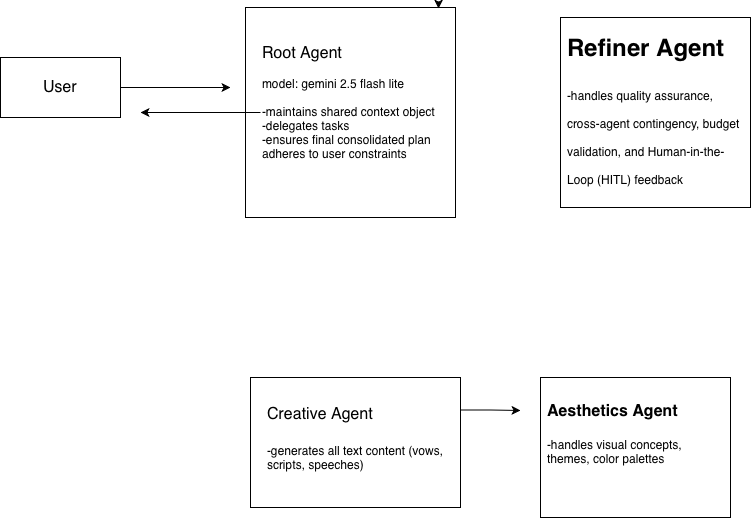
GaemiStudio/Agent-EverAfter-Engine keeps this draw.io diagram as wedding_agent/Wedding Agent.drawio.png. Above is the earlier version. Source tidied: cells renumbered, new cells last; positions are measured from the earlier drawing's top-left corner, leaving out a move shared by most shapes. Its diagram source:
```xml
<mxGraphModel>
  <root>
    <mxCell id="0" />
    <mxCell id="1" parent="0" />
    <mxCell id="2" style="whiteSpace=wrap;html=1;" parent="1" vertex="1">
      <mxGeometry x="245" width="210" height="210" as="geometry" />
    </mxCell>
    <mxCell id="3" style="edgeStyle=orthogonalEdgeStyle;rounded=0;jettySize=auto;html=1;" parent="1" edge="1" source="4">
      <mxGeometry relative="1" as="geometry">
        <mxPoint x="140" y="105" as="targetPoint" />
      </mxGeometry>
    </mxCell>
    <mxCell id="4" value="&lt;font style=&quot;font-size: 16px;&quot;&gt;Root Agent&lt;/font&gt;&lt;div&gt;&lt;br&gt;&lt;/div&gt;&lt;div&gt;model: gemini 2.5 flash lite&lt;/div&gt;&lt;div&gt;&lt;br&gt;&lt;/div&gt;&lt;div&gt;-maintains shared context object&lt;/div&gt;&lt;div&gt;-delegates tasks&lt;/div&gt;&lt;div&gt;-ensures final consolidated plan adheres to user constraints&lt;/div&gt;" style="text;html=1;whiteSpace=wrap;overflow=hidden;rounded=0;labelBackgroundColor=light-dark(default, #ffffff);" parent="1" vertex="1">
      <mxGeometry x="260" y="30" width="180" height="150" as="geometry" />
    </mxCell>
    <mxCell id="5" style="edgeStyle=orthogonalEdgeStyle;rounded=0;jettySize=auto;html=1;exitX=1;exitY=0.25;exitDx=0;exitDy=0;" parent="1" edge="1" source="6">
      <mxGeometry relative="1" as="geometry">
        <mxPoint x="520" y="403" as="targetPoint" />
      </mxGeometry>
    </mxCell>
    <mxCell id="6" style="rounded=0;whiteSpace=wrap;html=1;" parent="1" vertex="1">
      <mxGeometry x="250" y="370" width="210" height="130" as="geometry" />
    </mxCell>
    <mxCell id="7" value="&lt;h1 style=&quot;margin-top: 0px;&quot;&gt;&lt;font style=&quot;font-weight: 400; font-size: 16px;&quot;&gt;Creative Agent&lt;/font&gt;&lt;div style=&quot;font-size: 12px; font-weight: 400;&quot;&gt;&lt;font style=&quot;font-size: 16px;&quot;&gt;&lt;br&gt;&lt;/font&gt;&lt;/div&gt;&lt;div style=&quot;font-size: 12px; font-weight: 400;&quot;&gt;-generates all text content (vows, scripts, speeches)&lt;/div&gt;&lt;/h1&gt;" style="text;html=1;whiteSpace=wrap;overflow=hidden;rounded=0;" parent="1" vertex="1">
      <mxGeometry x="265" y="382.5" width="180" height="105" as="geometry" />
    </mxCell>
    <mxCell id="8" style="edgeStyle=orthogonalEdgeStyle;rounded=0;orthogonalLoop=1;jettySize=auto;html=1;exitX=0.5;exitY=1;exitDx=0;exitDy=0;" parent="1" edge="1" source="7" target="7">
      <mxGeometry relative="1" as="geometry" />
    </mxCell>
    <mxCell id="9" style="edgeStyle=orthogonalEdgeStyle;rounded=0;orthogonalLoop=1;jettySize=auto;html=1;exitX=0.75;exitY=0;exitDx=0;exitDy=0;entryX=0.919;entryY=0.005;entryDx=0;entryDy=0;entryPerimeter=0;" parent="1" edge="1" source="2" target="2">
      <mxGeometry relative="1" as="geometry" />
    </mxCell>
    <mxCell id="10" style="edgeStyle=orthogonalEdgeStyle;rounded=0;jettySize=auto;html=1;" parent="1" edge="1" source="11">
      <mxGeometry relative="1" as="geometry">
        <mxPoint x="230" y="80" as="targetPoint" />
      </mxGeometry>
    </mxCell>
    <mxCell id="11" style="rounded=0;whiteSpace=wrap;html=1;" parent="1" vertex="1">
      <mxGeometry y="50" width="120" height="60" as="geometry" />
    </mxCell>
    <mxCell id="12" value="&lt;font style=&quot;font-size: 16px;&quot;&gt;User&lt;/font&gt;" style="text;html=1;whiteSpace=wrap;strokeColor=none;fillColor=none;align=center;verticalAlign=middle;rounded=0;" parent="1" vertex="1">
      <mxGeometry x="30" y="65" width="60" height="30" as="geometry" />
    </mxCell>
    <mxCell id="13" style="rounded=0;whiteSpace=wrap;html=1;" parent="1" vertex="1">
      <mxGeometry x="540" y="370" width="190" height="140" as="geometry" />
    </mxCell>
    <mxCell id="14" value="&lt;h1 style=&quot;margin-top: 0px;&quot;&gt;&lt;font style=&quot;font-size: 16px;&quot;&gt;Aesthetics Agent&lt;/font&gt;&lt;/h1&gt;&lt;div&gt;&lt;font&gt;-handles visual concepts, themes, color palettes&lt;/font&gt;&lt;/div&gt;" style="text;html=1;whiteSpace=wrap;overflow=hidden;rounded=0;" parent="1" vertex="1">
      <mxGeometry x="545" y="380" width="180" height="120" as="geometry" />
    </mxCell>
    <mxCell id="15" style="whiteSpace=wrap;html=1;" parent="1" vertex="1">
      <mxGeometry x="560" y="10" width="190" height="190" as="geometry" />
    </mxCell>
    <mxCell id="16" value="&lt;h1 style=&quot;margin-top: 0px;&quot;&gt;Refiner Agent&lt;/h1&gt;&lt;h1 style=&quot;margin-top: 0px;&quot;&gt;&lt;span style=&quot;font-size: 12px; font-weight: normal;&quot;&gt;-handles quality assurance, cross-agent contingency, budget validation, and Human-in-the-Loop (HITL) feedback processing&amp;nbsp;&lt;/span&gt;&lt;br&gt;&lt;/h1&gt;" style="text;html=1;whiteSpace=wrap;overflow=hidden;rounded=0;" parent="1" vertex="1">
      <mxGeometry x="565" y="20" width="180" height="170" as="geometry" />
    </mxCell>
  </root>
</mxGraphModel>
```
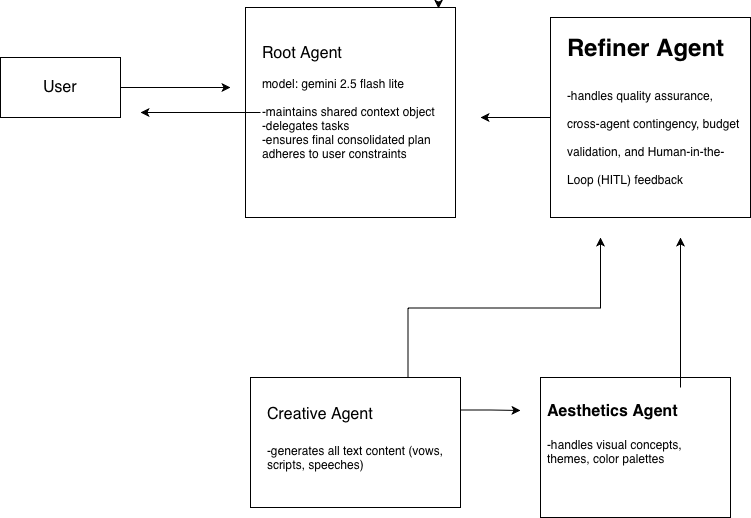
After the commit.

What changed in the source:
```diff
@@ -18,6 +18,11 @@
         <mxPoint x="520" y="403" as="targetPoint" />
       </mxGeometry>
     </mxCell>
+    <mxCell id="17" style="edgeStyle=orthogonalEdgeStyle;rounded=0;jettySize=auto;html=1;exitX=0.75;exitY=0;exitDx=0;exitDy=0;" parent="1" edge="1" source="6">
+      <mxGeometry relative="1" as="geometry">
+        <mxPoint x="600" y="230" as="targetPoint" />
+      </mxGeometry>
+    </mxCell>
     <mxCell id="6" style="rounded=0;whiteSpace=wrap;html=1;" parent="1" vertex="1">
       <mxGeometry x="250" y="370" width="210" height="130" as="geometry" />
     </mxCell>
@@ -44,11 +49,25 @@
     <mxCell id="13" style="rounded=0;whiteSpace=wrap;html=1;" parent="1" vertex="1">
       <mxGeometry x="540" y="370" width="190" height="140" as="geometry" />
     </mxCell>
+    <mxCell id="18" style="edgeStyle=orthogonalEdgeStyle;rounded=0;jettySize=auto;html=1;exitX=0.75;exitY=0;exitDx=0;exitDy=0;" parent="1" edge="1" source="14">
+      <mxGeometry relative="1" as="geometry">
+        <mxPoint x="680" y="230" as="targetPoint" />
+      </mxGeometry>
+    </mxCell>
     <mxCell id="14" value="&lt;h1 style=&quot;margin-top: 0px;&quot;&gt;&lt;font style=&quot;font-size: 16px;&quot;&gt;Aesthetics Agent&lt;/font&gt;&lt;/h1&gt;&lt;div&gt;&lt;font&gt;-handles visual concepts, themes, color palettes&lt;/font&gt;&lt;/div&gt;" style="text;html=1;whiteSpace=wrap;overflow=hidden;rounded=0;" parent="1" vertex="1">
       <mxGeometry x="545" y="380" width="180" height="120" as="geometry" />
     </mxCell>
+    <mxCell id="19" style="edgeStyle=orthogonalEdgeStyle;rounded=0;orthogonalLoop=1;jettySize=auto;html=1;" parent="1" edge="1">
+      <mxGeometry relative="1" as="geometry">
+        <mxPoint x="550" y="105" as="sourcePoint" />
+        <mxPoint x="480" y="110" as="targetPoint" />
+        <Array as="points">
+          <mxPoint x="550" y="110" />
+        </Array>
+      </mxGeometry>
+    </mxCell>
     <mxCell id="15" style="whiteSpace=wrap;html=1;" parent="1" vertex="1">
-      <mxGeometry x="560" y="10" width="190" height="190" as="geometry" />
+      <mxGeometry x="550" y="10" width="200" height="200" as="geometry" />
     </mxCell>
     <mxCell id="16" value="&lt;h1 style=&quot;margin-top: 0px;&quot;&gt;Refiner Agent&lt;/h1&gt;&lt;h1 style=&quot;margin-top: 0px;&quot;&gt;&lt;span style=&quot;font-size: 12px; font-weight: normal;&quot;&gt;-handles quality assurance, cross-agent contingency, budget validation, and Human-in-the-Loop (HITL) feedback processing&amp;nbsp;&lt;/span&gt;&lt;br&gt;&lt;/h1&gt;" style="text;html=1;whiteSpace=wrap;overflow=hidden;rounded=0;" parent="1" vertex="1">
       <mxGeometry x="565" y="20" width="180" height="170" as="geometry" />
```
